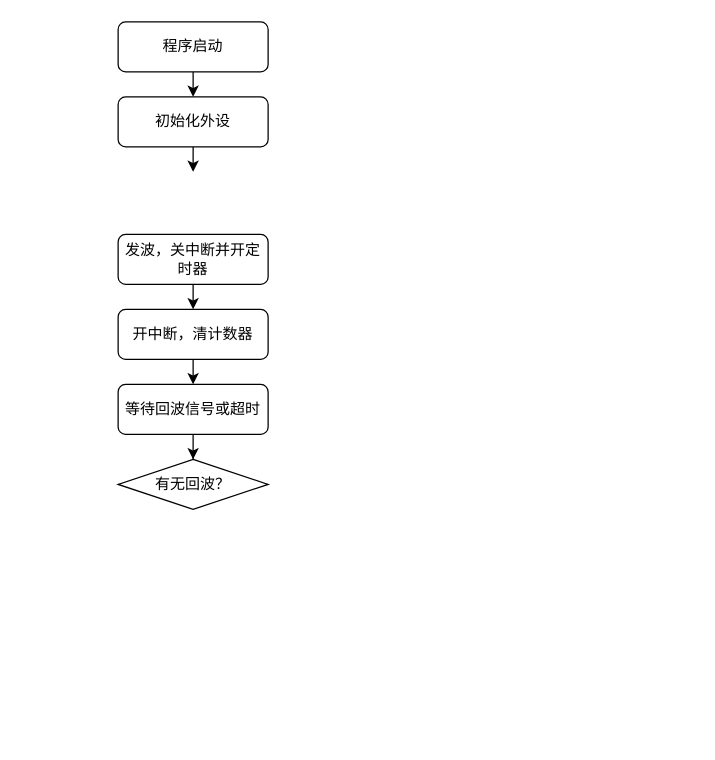
The draw.io diagram 未命名绘图.drawio in TonyWu-21474/superSonicDistancing, before the edit. Source tidied: cells renumbered, new cells numbered last; positions are measured from the earlier drawing's top-left corner, leaving out a move shared by most shapes. Both pictures are drawn from the tidied source at 125%, with x=0, y=0 at pixel (118, 21).
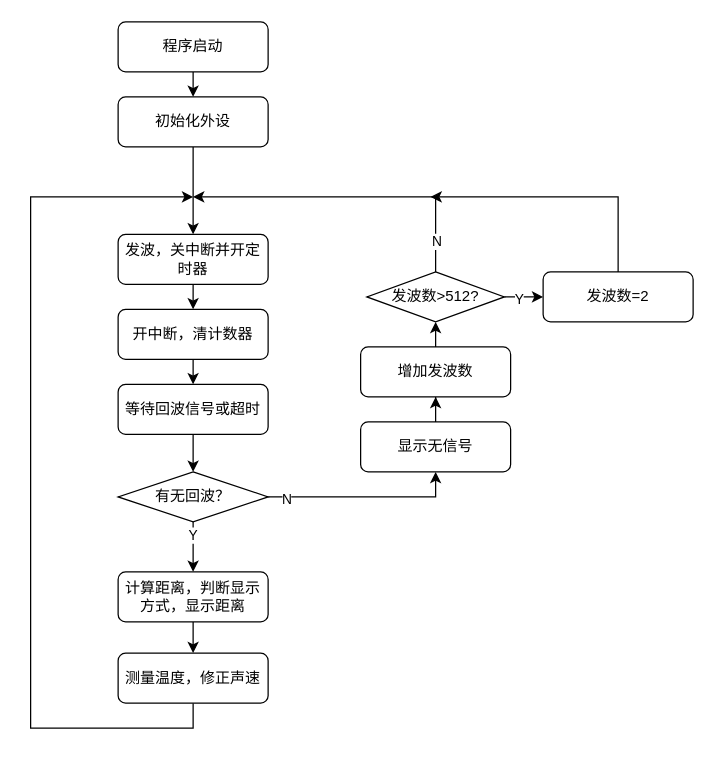
The same page after the edit.

Commit message (it also covers changes not shown here):
更新未命名绘图.drawio

Unchanged cells that the change refers to:
```xml
<mxCell id="3" value="初始化外设" style="rounded=1;whiteSpace=wrap;html=1;" parent="1" vertex="1">
  <mxGeometry y="60" width="120" height="40" as="geometry" />
</mxCell>
<mxCell id="7" value="发波，关中断并开定时器" style="rounded=1;whiteSpace=wrap;html=1;" parent="1" vertex="1">
  <mxGeometry y="170" width="120" height="40" as="geometry" />
</mxCell>
```

Change to the diagram source:
```diff
@@
-    <mxCell id="5" style="endArrow=classic;html=1;rounded=0;exitX=0.5;exitY=1;exitDx=0;exitDy=0;" parent="1" edge="1" source="3">
+    <mxCell id="5" style="endArrow=classic;html=1;rounded=0;exitX=0.5;exitY=1;exitDx=0;exitDy=0;entryX=0.5;entryY=0;entryDx=0;entryDy=0;" parent="1" edge="1" source="3" target="7">
       <mxGeometry relative="1" as="geometry">
-        <mxPoint x="60" y="120" as="targetPoint" />
+        <Array as="points">
+          <mxPoint x="60" y="140" />
+        </Array>
       </mxGeometry>
     </mxCell>
@@
+    <mxCell id="13" style="edgeStyle=orthogonalEdgeStyle;rounded=0;jettySize=auto;html=1;exitX=1;exitY=0.5;exitDx=0;exitDy=0;entryX=0.5;entryY=1;entryDx=0;entryDy=0;" parent="1" edge="1" source="8" target="31">
+      <mxGeometry relative="1" as="geometry">
+        <Array as="points">
+          <mxPoint x="254" y="380" />
+        </Array>
+      </mxGeometry>
+    </mxCell>
+    <mxCell id="14" value="N" style="edgeLabel;html=1;align=center;verticalAlign=middle;" parent="13" vertex="1">
+      <mxGeometry x="-0.82" y="-1" relative="1" as="geometry" />
+    </mxCell>
+    <mxCell id="15" style="edgeStyle=orthogonalEdgeStyle;rounded=0;jettySize=auto;html=1;exitX=0.5;exitY=1;exitDx=0;exitDy=0;entryX=0.5;entryY=0;entryDx=0;entryDy=0;" parent="1" edge="1" source="8" target="27">
+      <mxGeometry relative="1" as="geometry" />
+    </mxCell>
+    <mxCell id="16" value="Y" style="edgeLabel;html=1;align=center;verticalAlign=middle;" parent="15" vertex="1">
+      <mxGeometry x="-0.51" y="-1" relative="1" as="geometry" />
+    </mxCell>
     <mxCell id="8" value="有无回波？" style="rhombus;whiteSpace=wrap;html=1;" parent="1" vertex="1">
-      <mxGeometry y="350" width="120" height="40" as="geometry" />
+      <mxGeometry y="360" width="120" height="40" as="geometry" />
     </mxCell>
@@
+    <mxCell id="17" style="edgeStyle=orthogonalEdgeStyle;rounded=0;jettySize=auto;html=1;exitX=0.5;exitY=0;exitDx=0;exitDy=0;entryX=0.5;entryY=1;entryDx=0;entryDy=0;" parent="1" edge="1" source="18" target="23">
+      <mxGeometry relative="1" as="geometry" />
+    </mxCell>
+    <mxCell id="18" value="增加发波数" style="rounded=1;whiteSpace=wrap;html=1;" parent="1" vertex="1">
+      <mxGeometry x="194" y="260" width="120" height="40" as="geometry" />
+    </mxCell>
+    <mxCell id="19" style="edgeStyle=orthogonalEdgeStyle;rounded=0;jettySize=auto;html=1;exitX=0.5;exitY=0;exitDx=0;exitDy=0;" parent="1" edge="1" source="23">
+      <mxGeometry relative="1" as="geometry">
+        <mxPoint x="60" y="140" as="targetPoint" />
+        <Array as="points">
+          <mxPoint x="254" y="140" />
+        </Array>
+      </mxGeometry>
+    </mxCell>
+    <mxCell id="20" value="N" style="edgeLabel;html=1;align=center;verticalAlign=middle;" parent="19" vertex="1">
+      <mxGeometry x="-0.8" y="2" relative="1" as="geometry">
+        <mxPoint x="2" as="offset" />
+      </mxGeometry>
+    </mxCell>
+    <mxCell id="21" style="edgeStyle=orthogonalEdgeStyle;rounded=0;jettySize=auto;html=1;exitX=1;exitY=0.5;exitDx=0;exitDy=0;" parent="1" edge="1" source="23" target="25">
+      <mxGeometry relative="1" as="geometry" />
+    </mxCell>
+    <mxCell id="22" value="Y" style="edgeLabel;html=1;align=center;verticalAlign=middle;" parent="21" vertex="1">
+      <mxGeometry x="-0.56" y="-1" relative="1" as="geometry" />
+    </mxCell>
+    <mxCell id="23" value="发波数&amp;gt;512?" style="rhombus;whiteSpace=wrap;html=1;" parent="1" vertex="1">
+      <mxGeometry x="199" y="200" width="110" height="40" as="geometry" />
+    </mxCell>
+    <mxCell id="24" style="edgeStyle=orthogonalEdgeStyle;rounded=0;jettySize=auto;html=1;exitX=0.5;exitY=0;exitDx=0;exitDy=0;" parent="1" edge="1" source="25">
+      <mxGeometry relative="1" as="geometry">
+        <mxPoint x="250" y="140" as="targetPoint" />
+        <Array as="points">
+          <mxPoint x="400" y="140" />
+        </Array>
+      </mxGeometry>
+    </mxCell>
+    <mxCell id="25" value="发波数=2" style="rounded=1;whiteSpace=wrap;html=1;" parent="1" vertex="1">
+      <mxGeometry x="340" y="200" width="120" height="40" as="geometry" />
+    </mxCell>
+    <mxCell id="26" style="edgeStyle=orthogonalEdgeStyle;rounded=0;jettySize=auto;html=1;exitX=0.5;exitY=1;exitDx=0;exitDy=0;entryX=0.5;entryY=0;entryDx=0;entryDy=0;" parent="1" edge="1" source="27" target="29">
+      <mxGeometry relative="1" as="geometry" />
+    </mxCell>
+    <mxCell id="27" value="计算距离，判断显示方式，显示距离" style="rounded=1;whiteSpace=wrap;html=1;" parent="1" vertex="1">
+      <mxGeometry y="440" width="120" height="40" as="geometry" />
+    </mxCell>
+    <mxCell id="28" style="edgeStyle=orthogonalEdgeStyle;rounded=0;jettySize=auto;html=1;exitX=0.5;exitY=1;exitDx=0;exitDy=0;" parent="1" edge="1" source="29">
+      <mxGeometry relative="1" as="geometry">
+        <mxPoint x="60" y="140" as="targetPoint" />
+        <Array as="points">
+          <mxPoint x="60" y="565" />
+          <mxPoint x="-70" y="565" />
+          <mxPoint x="-70" y="140" />
+        </Array>
+      </mxGeometry>
+    </mxCell>
+    <mxCell id="29" value="测量温度，修正声速" style="rounded=1;whiteSpace=wrap;html=1;" parent="1" vertex="1">
+      <mxGeometry y="505" width="120" height="40" as="geometry" />
+    </mxCell>
+    <mxCell id="30" style="edgeStyle=orthogonalEdgeStyle;rounded=0;jettySize=auto;html=1;exitX=0.5;exitY=0;exitDx=0;exitDy=0;" parent="1" edge="1" source="31" target="18">
+      <mxGeometry relative="1" as="geometry" />
+    </mxCell>
+    <mxCell id="31" value="显示无信号" style="rounded=1;whiteSpace=wrap;html=1;" parent="1" vertex="1">
+      <mxGeometry x="194" y="320" width="120" height="40" as="geometry" />
+    </mxCell>
```
